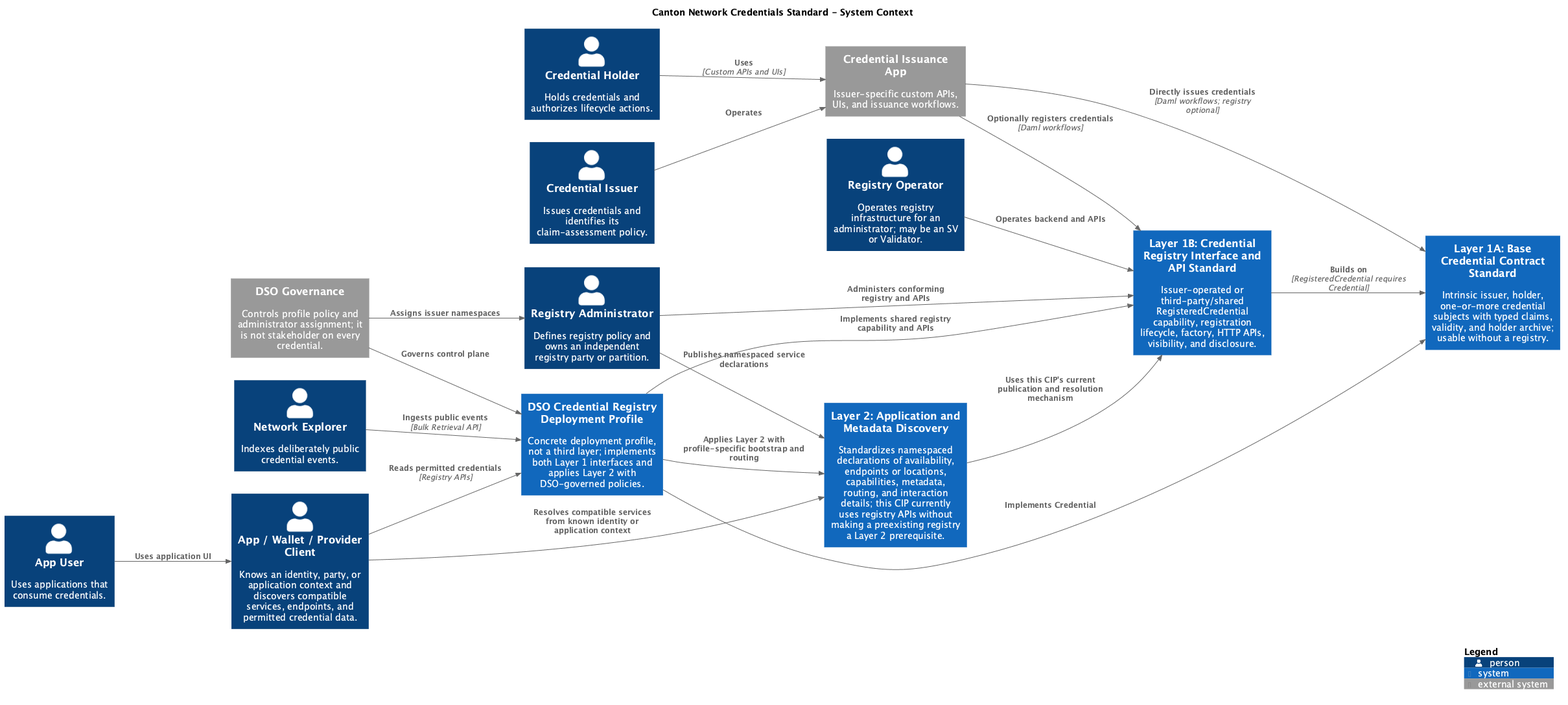
Before: cn-credentials-standard/images/credentials-system-context.png, a diagram exported from PlantUML (unlockitio/cips). Its diagram source:
```plantuml
@startuml credentials-system-context
!include <C4/C4_Context>

LAYOUT_LEFT_RIGHT()
title Canton Network Credentials Standard - System Context

Person(issuer, "Credential Issuer", "Issues credentials and identifies its claim-assessment policy.")
Person(holder, "Credential Holder", "Holds credentials and authorizes lifecycle actions.")
Person(appUser, "App User", "Uses applications that consume credentials.")
Person(client, "App / Wallet / Provider Client", "Knows an identity, party, or application context and discovers compatible services, endpoints, and permitted credential data.")
Person(explorer, "Network Explorer", "Indexes deliberately public credential events.")
Person(admin, "Registry Administrator", "Defines registry policy and owns an independent registry party or partition.")
Person(operator, "Registry Operator", "Operates registry infrastructure for an administrator; may be an SV or Validator.")

System(base, "Layer 1A: Base Credential Contract Standard", "Intrinsic issuer, holder, one-or-more credential subjects with typed claims, validity, and holder archive; usable without a registry.")
System(registry, "Layer 1B: Credential Registry Interface and API Standard", "Issuer-operated or third-party/shared RegisteredCredential capability, registration lifecycle, factory, HTTP APIs, visibility, and disclosure.")
System(discovery, "Layer 2: Application and Metadata Discovery", "Standardizes namespaced declarations of availability, endpoints or locations, capabilities, metadata, routing, and interaction details; this CIP currently uses registry APIs without making a preexisting registry a Layer 2 prerequisite.")
System(profile, "DSO Credential Registry Deployment Profile", "Concrete deployment profile, not a third layer; implements both Layer 1 interfaces and applies Layer 2 with DSO-governed policies.")
System_Ext(issuance, "Credential Issuance App", "Issuer-specific custom APIs, UIs, and issuance workflows.")
System_Ext(governance, "DSO Governance", "Controls profile policy and administrator assignment; it is not stakeholder on every credential.")

Rel(holder, issuance, "Uses", "Custom APIs and UIs")
Rel(appUser, client, "Uses application UI")
Rel(issuer, issuance, "Operates")
Rel(issuance, base, "Directly issues credentials", "Daml workflows; registry optional")
Rel(registry, base, "Builds on", "RegisteredCredential requires Credential")
Rel(issuance, registry, "Optionally registers credentials", "Daml workflows")
Rel(admin, registry, "Administers conforming registry and APIs")
Rel(operator, registry, "Operates backend and APIs")
Rel(discovery, registry, "Uses this CIP's current publication and resolution mechanism")
Rel(profile, base, "Implements Credential")
Rel(profile, registry, "Implements shared registry capability and APIs")
Rel(profile, discovery, "Applies Layer 2 with profile-specific bootstrap and routing")
Rel(governance, profile, "Governs control plane")
Rel(governance, admin, "Assigns issuer namespaces")
Rel(admin, discovery, "Publishes namespaced service declarations")
Rel(client, discovery, "Resolves compatible services from known identity or application context")
Rel(client, profile, "Reads permitted credentials", "Registry APIs")
Rel(explorer, profile, "Ingests public events", "Bulk Retrieval API")

SHOW_LEGEND()
@enduml
```
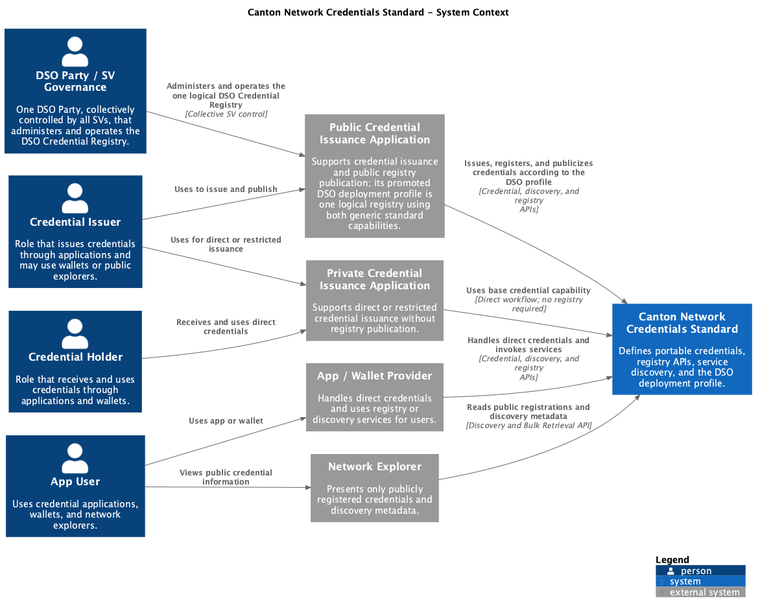
After the change.

Diff of the diagram source:
```diff
@@ -4,39 +4,28 @@
 LAYOUT_LEFT_RIGHT()
 title Canton Network Credentials Standard - System Context
 
-Person(issuer, "Credential Issuer", "Issues credentials and identifies its claim-assessment policy.")
-Person(holder, "Credential Holder", "Holds credentials and authorizes lifecycle actions.")
-Person(appUser, "App User", "Uses applications that consume credentials.")
-Person(client, "App / Wallet / Provider Client", "Knows an identity, party, or application context and discovers compatible services, endpoints, and permitted credential data.")
-Person(explorer, "Network Explorer", "Indexes deliberately public credential events.")
-Person(admin, "Registry Administrator", "Defines registry policy and owns an independent registry party or partition.")
-Person(operator, "Registry Operator", "Operates registry infrastructure for an administrator; may be an SV or Validator.")
+Person(issuer, "Credential Issuer", "Role that issues credentials through applications and may use wallets or public explorers.")
+Person(holder, "Credential Holder", "Role that receives and uses credentials through applications and wallets.")
+Person(appUser, "App User", "Uses credential applications, wallets, and network explorers.")
+Person(dsoParty, "DSO Party / SV Governance", "One DSO Party, collectively controlled by all SVs, that administers and operates the DSO Credential Registry.")
 
-System(base, "Layer 1A: Base Credential Contract Standard", "Intrinsic issuer, holder, one-or-more credential subjects with typed claims, validity, and holder archive; usable without a registry.")
-System(registry, "Layer 1B: Credential Registry Interface and API Standard", "Issuer-operated or third-party/shared RegisteredCredential capability, registration lifecycle, factory, HTTP APIs, visibility, and disclosure.")
-System(discovery, "Layer 2: Application and Metadata Discovery", "Standardizes namespaced declarations of availability, endpoints or locations, capabilities, metadata, routing, and interaction details; this CIP currently uses registry APIs without making a preexisting registry a Layer 2 prerequisite.")
-System(profile, "DSO Credential Registry Deployment Profile", "Concrete deployment profile, not a third layer; implements both Layer 1 interfaces and applies Layer 2 with DSO-governed policies.")
-System_Ext(issuance, "Credential Issuance App", "Issuer-specific custom APIs, UIs, and issuance workflows.")
-System_Ext(governance, "DSO Governance", "Controls profile policy and administrator assignment; it is not stakeholder on every credential.")
+System(standard, "Canton Network Credentials Standard", "Defines portable credentials, registry APIs, service discovery, and the DSO deployment profile.")
 
-Rel(holder, issuance, "Uses", "Custom APIs and UIs")
-Rel(appUser, client, "Uses application UI")
-Rel(issuer, issuance, "Operates")
-Rel(issuance, base, "Directly issues credentials", "Daml workflows; registry optional")
-Rel(registry, base, "Builds on", "RegisteredCredential requires Credential")
-Rel(issuance, registry, "Optionally registers credentials", "Daml workflows")
-Rel(admin, registry, "Administers conforming registry and APIs")
-Rel(operator, registry, "Operates backend and APIs")
-Rel(discovery, registry, "Uses this CIP's current publication and resolution mechanism")
-Rel(profile, base, "Implements Credential")
-Rel(profile, registry, "Implements shared registry capability and APIs")
-Rel(profile, discovery, "Applies Layer 2 with profile-specific bootstrap and routing")
-Rel(governance, profile, "Governs control plane")
-Rel(governance, admin, "Assigns issuer namespaces")
-Rel(admin, discovery, "Publishes namespaced service declarations")
-Rel(client, discovery, "Resolves compatible services from known identity or application context")
-Rel(client, profile, "Reads permitted credentials", "Registry APIs")
-Rel(explorer, profile, "Ingests public events", "Bulk Retrieval API")
+System_Ext(privateIssuance, "Private Credential Issuance Application", "Supports direct or restricted credential issuance without registry publication.")
+System_Ext(publicIssuance, "Public Credential Issuance Application", "Supports credential issuance and public registry publication; its promoted DSO deployment profile is one logical registry using both generic standard capabilities.")
+System_Ext(client, "App / Wallet Provider", "Handles direct credentials and uses registry or discovery services for users.")
+System_Ext(explorer, "Network Explorer", "Presents only publicly registered credentials and discovery metadata.")
+
+Rel(issuer, privateIssuance, "Uses for direct or restricted issuance")
+Rel(issuer, publicIssuance, "Uses to issue and publish")
+Rel(holder, privateIssuance, "Receives and uses direct credentials")
+Rel(appUser, client, "Uses app or wallet")
+Rel(appUser, explorer, "Views public credential information")
+Rel(dsoParty, publicIssuance, "Administers and operates the one logical DSO Credential Registry", "Collective SV control")
+Rel(privateIssuance, standard, "Uses base credential capability", "Direct workflow; no registry required")
+Rel(publicIssuance, standard, "Issues, registers, and publicizes credentials according to the DSO profile", "Credential, discovery, and registry APIs")
+Rel(client, standard, "Handles direct credentials and invokes services", "Credential, discovery, and registry APIs")
+Rel(explorer, standard, "Reads public registrations and discovery metadata", "Discovery and Bulk Retrieval API")
 
 SHOW_LEGEND()
 @enduml
```
